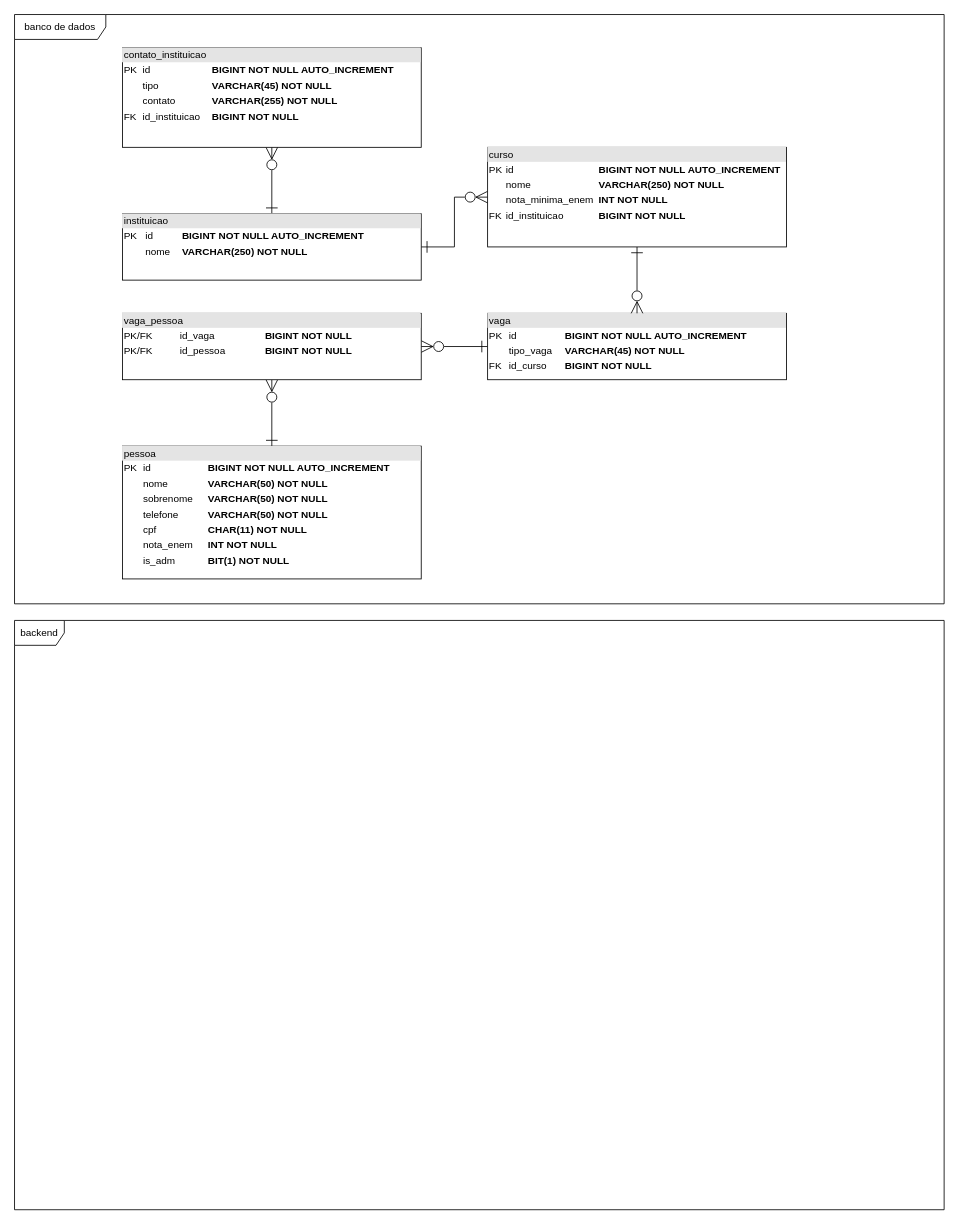
hannaBanannaOF/entra21-git-inicio keeps this draw.io diagram as page "EQ4" (4 of 8) of equipes.drawio. Above is the earlier version. Source tidied: cells renumbered, new cells numbered last; positions are measured from the earlier drawing's top-left corner, leaving out a move shared by most shapes. Both pictures are drawn from the tidied source at 83%, with x=0, y=0 at pixel (14, 14).
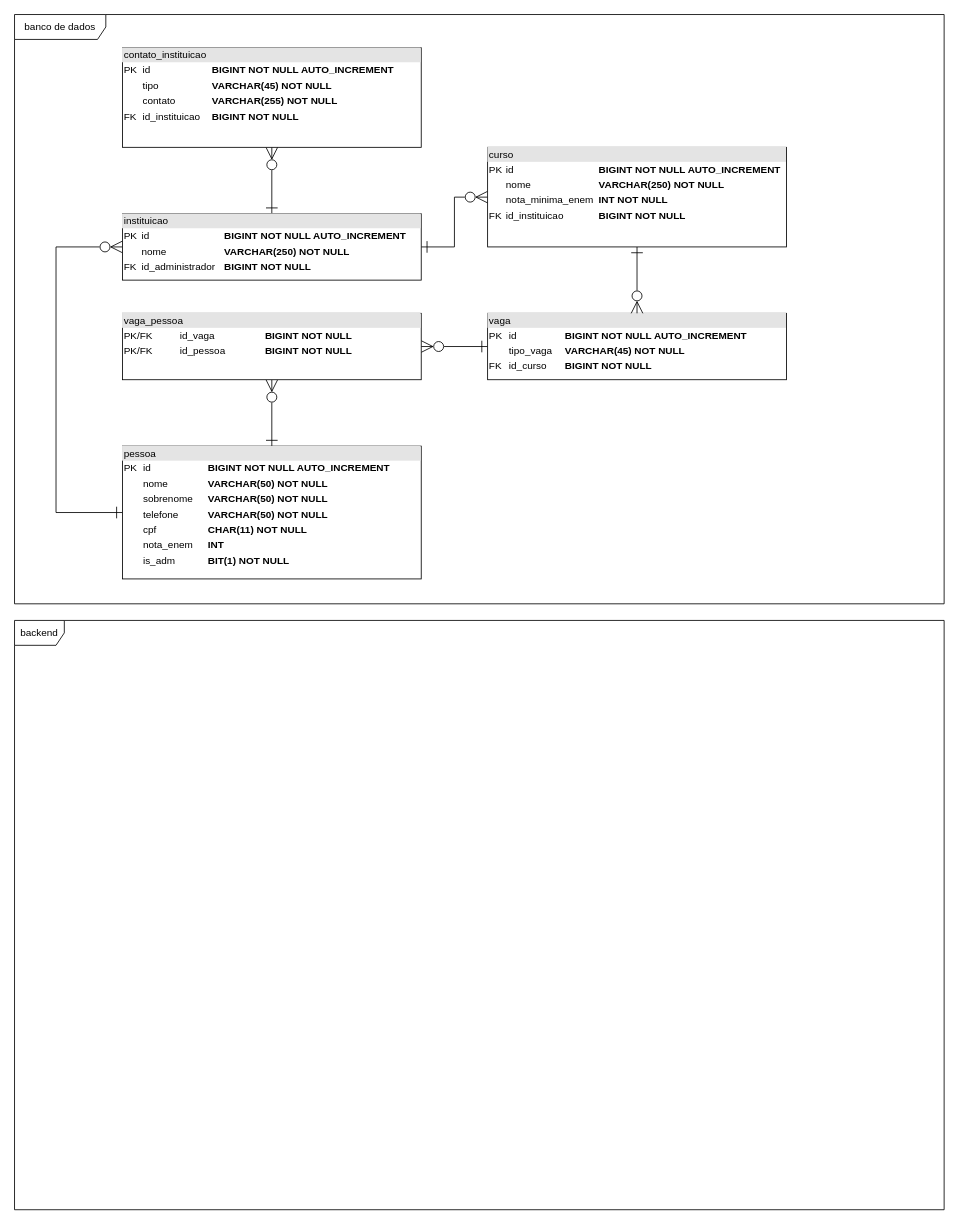
After the change.

The edit, as a diff of the source:
```diff
@@
 <mxGraphModel>
   <root>
     <mxCell id="0" />
     <mxCell id="1" parent="0" />
     <mxCell id="2" value="banco de dados" style="shape=umlFrame;whiteSpace=wrap;html=1;width=110;height=30;" parent="1" vertex="1">
       <mxGeometry width="1120" height="710" as="geometry" />
     </mxCell>
     <mxCell id="3" value="backend" style="shape=umlFrame;whiteSpace=wrap;html=1;" parent="1" vertex="1">
       <mxGeometry y="730" width="1120" height="710" as="geometry" />
     </mxCell>
     <mxCell id="4" style="edgeStyle=orthogonalEdgeStyle;rounded=0;jettySize=auto;html=1;exitX=0;exitY=0.5;exitDx=0;exitDy=0;entryX=1;entryY=0.5;entryDx=0;entryDy=0;startArrow=ERone;startFill=0;endArrow=ERzeroToMany;endFill=0;startSize=12;endSize=12;" parent="1" edge="1" source="5" target="13">
       <mxGeometry relative="1" as="geometry" />
     </mxCell>
     <mxCell id="5" value="&lt;div style=&quot;box-sizing:border-box;width:100%;background:#e4e4e4;padding:2px;&quot;&gt;vaga&lt;/div&gt;&lt;table style=&quot;width:100%;font-size:1em;&quot; cellpadding=&quot;2&quot; cellspacing=&quot;0&quot;&gt;&lt;tbody&gt;&lt;tr&gt;&lt;td&gt;PK&lt;/td&gt;&lt;td&gt;id&lt;/td&gt;&lt;td&gt;&lt;b&gt;BIGINT&lt;/b&gt;&amp;nbsp;&lt;b&gt;NOT NULL AUTO_INCREMENT&lt;/b&gt;&lt;br&gt;&lt;/td&gt;&lt;/tr&gt;&lt;tr&gt;&lt;td&gt;&lt;br&gt;&lt;/td&gt;&lt;td&gt;tipo_vaga&lt;/td&gt;&lt;td&gt;&lt;b&gt;VARCHAR(45) NOT NULL&lt;/b&gt;&lt;/td&gt;&lt;/tr&gt;&lt;tr&gt;&lt;td&gt;FK&lt;/td&gt;&lt;td&gt;id_curso&lt;/td&gt;&lt;td&gt;&lt;b&gt;BIGINT NOT NULL&lt;/b&gt;&lt;/td&gt;&lt;/tr&gt;&lt;/tbody&gt;&lt;/table&gt;" style="verticalAlign=top;align=left;overflow=fill;html=1;" parent="1" vertex="1">
       <mxGeometry x="570" y="360" width="360" height="80" as="geometry" />
     </mxCell>
     <mxCell id="6" style="edgeStyle=orthogonalEdgeStyle;rounded=0;jettySize=auto;html=1;exitX=0.5;exitY=0;exitDx=0;exitDy=0;entryX=0.5;entryY=1;entryDx=0;entryDy=0;startArrow=ERone;startFill=0;endArrow=ERzeroToMany;endFill=0;startSize=12;endSize=12;" parent="1" edge="1" source="7" target="13">
       <mxGeometry relative="1" as="geometry" />
     </mxCell>
+    <mxCell id="15" style="edgeStyle=orthogonalEdgeStyle;rounded=0;jettySize=auto;html=1;exitX=0;exitY=0.5;exitDx=0;exitDy=0;entryX=0;entryY=0.5;entryDx=0;entryDy=0;endArrow=ERzeroToMany;endFill=0;startArrow=ERone;startFill=0;endSize=12;startSize=12;" parent="1" edge="1" source="7" target="10">
+      <mxGeometry relative="1" as="geometry">
+        <Array as="points">
+          <mxPoint x="50" y="600" />
+          <mxPoint x="50" y="280" />
+        </Array>
+      </mxGeometry>
+    </mxCell>
-    <mxCell id="7" value="&lt;div style=&quot;box-sizing:border-box;width:100%;background:#e4e4e4;padding:2px;&quot;&gt;pessoa&lt;/div&gt;&lt;table style=&quot;width:100%;font-size:1em;&quot; cellpadding=&quot;2&quot; cellspacing=&quot;0&quot;&gt;&lt;tbody&gt;&lt;tr&gt;&lt;td&gt;PK&lt;/td&gt;&lt;td&gt;id&amp;nbsp;&lt;/td&gt;&lt;td&gt;&lt;b&gt;BIGINT&amp;nbsp;NOT NULL AUTO_INCREMENT&lt;/b&gt;&lt;br&gt;&lt;/td&gt;&lt;/tr&gt;&lt;tr&gt;&lt;td&gt;&lt;br&gt;&lt;/td&gt;&lt;td&gt;nome&amp;nbsp;&lt;br&gt;&lt;/td&gt;&lt;td&gt;&lt;b&gt;VARCHAR(50) NOT NULL&lt;/b&gt;&lt;br&gt;&lt;/td&gt;&lt;/tr&gt;&lt;tr&gt;&lt;td&gt;&lt;br&gt;&lt;/td&gt;&lt;td&gt;sobrenome&amp;nbsp;&lt;br&gt;&lt;/td&gt;&lt;td&gt;&lt;b&gt;VARCHAR(50) NOT NULL&lt;/b&gt;&lt;br&gt;&lt;/td&gt;&lt;/tr&gt;&lt;tr&gt;&lt;td&gt;&lt;br&gt;&lt;/td&gt;&lt;td&gt;telefone&lt;/td&gt;&lt;td&gt;&lt;b&gt;VARCHAR(50) NOT NULL&lt;/b&gt;&lt;/td&gt;&lt;/tr&gt;&lt;tr&gt;&lt;td&gt;&lt;br&gt;&lt;/td&gt;&lt;td&gt;cpf&lt;/td&gt;&lt;td&gt;&lt;b&gt;CHAR(11) NOT NULL&lt;/b&gt;&lt;/td&gt;&lt;/tr&gt;&lt;tr&gt;&lt;td&gt;&lt;br&gt;&lt;/td&gt;&lt;td&gt;nota_enem&lt;/td&gt;&lt;td&gt;&lt;b&gt;INT NOT NULL&lt;/b&gt;&lt;/td&gt;&lt;/tr&gt;&lt;tr&gt;&lt;td&gt;&lt;br&gt;&lt;/td&gt;&lt;td&gt;is_adm&lt;/td&gt;&lt;td&gt;&lt;b&gt;BIT(1) NOT NULL&lt;/b&gt;&lt;/td&gt;&lt;/tr&gt;&lt;/tbody&gt;&lt;/table&gt;" style="verticalAlign=top;align=left;overflow=fill;html=1;" parent="1" vertex="1">
+    <mxCell id="7" value="&lt;div style=&quot;box-sizing:border-box;width:100%;background:#e4e4e4;padding:2px;&quot;&gt;pessoa&lt;/div&gt;&lt;table style=&quot;width:100%;font-size:1em;&quot; cellpadding=&quot;2&quot; cellspacing=&quot;0&quot;&gt;&lt;tbody&gt;&lt;tr&gt;&lt;td&gt;PK&lt;/td&gt;&lt;td&gt;id&amp;nbsp;&lt;/td&gt;&lt;td&gt;&lt;b&gt;BIGINT&amp;nbsp;NOT NULL AUTO_INCREMENT&lt;/b&gt;&lt;br&gt;&lt;/td&gt;&lt;/tr&gt;&lt;tr&gt;&lt;td&gt;&lt;br&gt;&lt;/td&gt;&lt;td&gt;nome&amp;nbsp;&lt;br&gt;&lt;/td&gt;&lt;td&gt;&lt;b&gt;VARCHAR(50) NOT NULL&lt;/b&gt;&lt;br&gt;&lt;/td&gt;&lt;/tr&gt;&lt;tr&gt;&lt;td&gt;&lt;br&gt;&lt;/td&gt;&lt;td&gt;sobrenome&amp;nbsp;&lt;br&gt;&lt;/td&gt;&lt;td&gt;&lt;b&gt;VARCHAR(50) NOT NULL&lt;/b&gt;&lt;br&gt;&lt;/td&gt;&lt;/tr&gt;&lt;tr&gt;&lt;td&gt;&lt;br&gt;&lt;/td&gt;&lt;td&gt;telefone&lt;/td&gt;&lt;td&gt;&lt;b&gt;VARCHAR(50) NOT NULL&lt;/b&gt;&lt;/td&gt;&lt;/tr&gt;&lt;tr&gt;&lt;td&gt;&lt;br&gt;&lt;/td&gt;&lt;td&gt;cpf&lt;/td&gt;&lt;td&gt;&lt;b&gt;CHAR(11) NOT NULL&lt;/b&gt;&lt;/td&gt;&lt;/tr&gt;&lt;tr&gt;&lt;td&gt;&lt;br&gt;&lt;/td&gt;&lt;td&gt;nota_enem&lt;/td&gt;&lt;td&gt;&lt;b&gt;INT&lt;/b&gt;&lt;/td&gt;&lt;/tr&gt;&lt;tr&gt;&lt;td&gt;&lt;br&gt;&lt;/td&gt;&lt;td&gt;is_adm&lt;/td&gt;&lt;td&gt;&lt;b&gt;BIT(1) NOT NULL&lt;/b&gt;&lt;/td&gt;&lt;/tr&gt;&lt;/tbody&gt;&lt;/table&gt;" style="verticalAlign=top;align=left;overflow=fill;html=1;" parent="1" vertex="1">
       <mxGeometry x="130" y="520" width="360" height="160" as="geometry" />
     </mxCell>
     <mxCell id="8" style="edgeStyle=orthogonalEdgeStyle;rounded=0;jettySize=auto;html=1;exitX=1;exitY=0.5;exitDx=0;exitDy=0;entryX=0;entryY=0.5;entryDx=0;entryDy=0;endArrow=ERzeroToMany;endFill=0;startArrow=ERone;startFill=0;endSize=12;startSize=12;" parent="1" edge="1" source="10" target="12">
       <mxGeometry relative="1" as="geometry" />
     </mxCell>
     <mxCell id="9" style="edgeStyle=orthogonalEdgeStyle;rounded=0;jettySize=auto;html=1;exitX=0.5;exitY=0;exitDx=0;exitDy=0;entryX=0.5;entryY=1;entryDx=0;entryDy=0;startArrow=ERone;startFill=0;endArrow=ERzeroToMany;endFill=0;startSize=12;endSize=12;" parent="1" edge="1" source="10" target="14">
       <mxGeometry relative="1" as="geometry" />
     </mxCell>
-    <mxCell id="10" value="&lt;div style=&quot;box-sizing:border-box;width:100%;background:#e4e4e4;padding:2px;&quot;&gt;instituicao&lt;/div&gt;&lt;table style=&quot;width:100%;font-size:1em;&quot; cellpadding=&quot;2&quot; cellspacing=&quot;0&quot;&gt;&lt;tbody&gt;&lt;tr&gt;&lt;td&gt;PK&lt;/td&gt;&lt;td&gt;id&lt;/td&gt;&lt;td&gt;&lt;b&gt;BIGINT&lt;/b&gt;&amp;nbsp;&lt;b&gt;NOT NULL AUTO_INCREMENT&lt;/b&gt;&lt;br&gt;&lt;/td&gt;&lt;/tr&gt;&lt;tr&gt;&lt;td&gt;&lt;br&gt;&lt;/td&gt;&lt;td&gt;nome&lt;/td&gt;&lt;td&gt;&lt;b&gt;VARCHAR(250) NOT NULL&lt;/b&gt;&lt;/td&gt;&lt;/tr&gt;&lt;/tbody&gt;&lt;/table&gt;" style="verticalAlign=top;align=left;overflow=fill;html=1;" parent="1" vertex="1">
+    <mxCell id="10" value="&lt;div style=&quot;box-sizing:border-box;width:100%;background:#e4e4e4;padding:2px;&quot;&gt;instituicao&lt;/div&gt;&lt;table style=&quot;width:100%;font-size:1em;&quot; cellpadding=&quot;2&quot; cellspacing=&quot;0&quot;&gt;&lt;tbody&gt;&lt;tr&gt;&lt;td&gt;PK&lt;/td&gt;&lt;td&gt;id&lt;/td&gt;&lt;td&gt;&lt;b&gt;BIGINT&lt;/b&gt;&amp;nbsp;&lt;b&gt;NOT NULL AUTO_INCREMENT&lt;/b&gt;&lt;br&gt;&lt;/td&gt;&lt;/tr&gt;&lt;tr&gt;&lt;td&gt;&lt;br&gt;&lt;/td&gt;&lt;td&gt;nome&lt;/td&gt;&lt;td&gt;&lt;b&gt;VARCHAR(250) NOT NULL&lt;/b&gt;&lt;/td&gt;&lt;/tr&gt;&lt;tr&gt;&lt;td&gt;FK&lt;/td&gt;&lt;td&gt;id_administrador&lt;/td&gt;&lt;td&gt;&lt;b&gt;BIGINT NOT NULL&lt;/b&gt;&lt;/td&gt;&lt;/tr&gt;&lt;/tbody&gt;&lt;/table&gt;" style="verticalAlign=top;align=left;overflow=fill;html=1;" parent="1" vertex="1">
       <mxGeometry x="130" y="240" width="360" height="80" as="geometry" />
     </mxCell>
     <mxCell id="11" style="edgeStyle=orthogonalEdgeStyle;rounded=0;jettySize=auto;html=1;exitX=0.5;exitY=1;exitDx=0;exitDy=0;entryX=0.5;entryY=0;entryDx=0;entryDy=0;startArrow=ERone;startFill=0;endArrow=ERzeroToMany;endFill=0;startSize=12;endSize=12;" parent="1" edge="1" source="12" target="5">
       <mxGeometry relative="1" as="geometry" />
     </mxCell>
     <mxCell id="12" value="&lt;div style=&quot;box-sizing:border-box;width:100%;background:#e4e4e4;padding:2px;&quot;&gt;curso&lt;/div&gt;&lt;table style=&quot;width:100%;font-size:1em;&quot; cellpadding=&quot;2&quot; cellspacing=&quot;0&quot;&gt;&lt;tbody&gt;&lt;tr&gt;&lt;td&gt;PK&lt;/td&gt;&lt;td&gt;id&lt;/td&gt;&lt;td&gt;&lt;b&gt;BIGINT&lt;/b&gt;&amp;nbsp;&lt;b&gt;NOT NULL AUTO_INCREMENT&lt;/b&gt;&lt;br&gt;&lt;/td&gt;&lt;/tr&gt;&lt;tr&gt;&lt;td&gt;&lt;br&gt;&lt;/td&gt;&lt;td&gt;nome&lt;/td&gt;&lt;td&gt;&lt;b&gt;VARCHAR(250) NOT NULL&lt;/b&gt;&lt;/td&gt;&lt;/tr&gt;&lt;tr&gt;&lt;td&gt;&lt;br&gt;&lt;/td&gt;&lt;td&gt;nota_minima_enem&lt;/td&gt;&lt;td&gt;&lt;b&gt;INT NOT NULL&lt;/b&gt;&lt;/td&gt;&lt;/tr&gt;&lt;tr&gt;&lt;td&gt;FK&lt;/td&gt;&lt;td&gt;id_instituicao&lt;/td&gt;&lt;td&gt;&lt;b&gt;BIGINT NOT NULL&lt;/b&gt;&lt;/td&gt;&lt;/tr&gt;&lt;/tbody&gt;&lt;/table&gt;" style="verticalAlign=top;align=left;overflow=fill;html=1;" parent="1" vertex="1">
       <mxGeometry x="570" y="160" width="360" height="120" as="geometry" />
     </mxCell>
     <mxCell id="13" value="&lt;div style=&quot;box-sizing:border-box;width:100%;background:#e4e4e4;padding:2px;&quot;&gt;vaga_pessoa&lt;/div&gt;&lt;table style=&quot;width:100%;font-size:1em;&quot; cellpadding=&quot;2&quot; cellspacing=&quot;0&quot;&gt;&lt;tbody&gt;&lt;tr&gt;&lt;td&gt;PK/FK&lt;/td&gt;&lt;td&gt;id_vaga&lt;/td&gt;&lt;td&gt;&lt;b&gt;BIGINT&lt;/b&gt;&amp;nbsp;&lt;b&gt;NOT NULL&lt;/b&gt;&lt;br&gt;&lt;/td&gt;&lt;/tr&gt;&lt;tr&gt;&lt;td&gt;PK/FK&lt;/td&gt;&lt;td&gt;id_pessoa&lt;/td&gt;&lt;td&gt;&lt;b&gt;BIGINT NOT NULL&lt;/b&gt;&lt;/td&gt;&lt;/tr&gt;&lt;tr&gt;&lt;td&gt;&lt;br&gt;&lt;/td&gt;&lt;td&gt;&lt;br&gt;&lt;/td&gt;&lt;td&gt;&lt;br&gt;&lt;/td&gt;&lt;/tr&gt;&lt;/tbody&gt;&lt;/table&gt;" style="verticalAlign=top;align=left;overflow=fill;html=1;" parent="1" vertex="1">
       <mxGeometry x="130" y="360" width="360" height="80" as="geometry" />
     </mxCell>
     <mxCell id="14" value="&lt;div style=&quot;box-sizing:border-box;width:100%;background:#e4e4e4;padding:2px;&quot;&gt;contato_instituicao&lt;/div&gt;&lt;table style=&quot;width:100%;font-size:1em;&quot; cellpadding=&quot;2&quot; cellspacing=&quot;0&quot;&gt;&lt;tbody&gt;&lt;tr&gt;&lt;td&gt;PK&lt;/td&gt;&lt;td&gt;id&lt;/td&gt;&lt;td&gt;&lt;b&gt;BIGINT&lt;/b&gt;&amp;nbsp;&lt;b&gt;NOT NULL AUTO_INCREMENT&lt;/b&gt;&lt;br&gt;&lt;/td&gt;&lt;/tr&gt;&lt;tr&gt;&lt;td&gt;&lt;br&gt;&lt;/td&gt;&lt;td&gt;tipo&lt;/td&gt;&lt;td&gt;&lt;b&gt;VARCHAR(45) NOT NULL&lt;/b&gt;&lt;/td&gt;&lt;/tr&gt;&lt;tr&gt;&lt;td&gt;&lt;br&gt;&lt;/td&gt;&lt;td&gt;contato&lt;/td&gt;&lt;td&gt;&lt;b&gt;VARCHAR(255) NOT NULL&lt;/b&gt;&lt;/td&gt;&lt;/tr&gt;&lt;tr&gt;&lt;td&gt;FK&lt;/td&gt;&lt;td&gt;id_instituicao&lt;/td&gt;&lt;td&gt;&lt;b&gt;BIGINT NOT NULL&lt;/b&gt;&lt;/td&gt;&lt;/tr&gt;&lt;/tbody&gt;&lt;/table&gt;" style="verticalAlign=top;align=left;overflow=fill;html=1;" parent="1" vertex="1">
       <mxGeometry x="130" y="40" width="360" height="120" as="geometry" />
     </mxCell>
   </root>
 </mxGraphModel>
```
